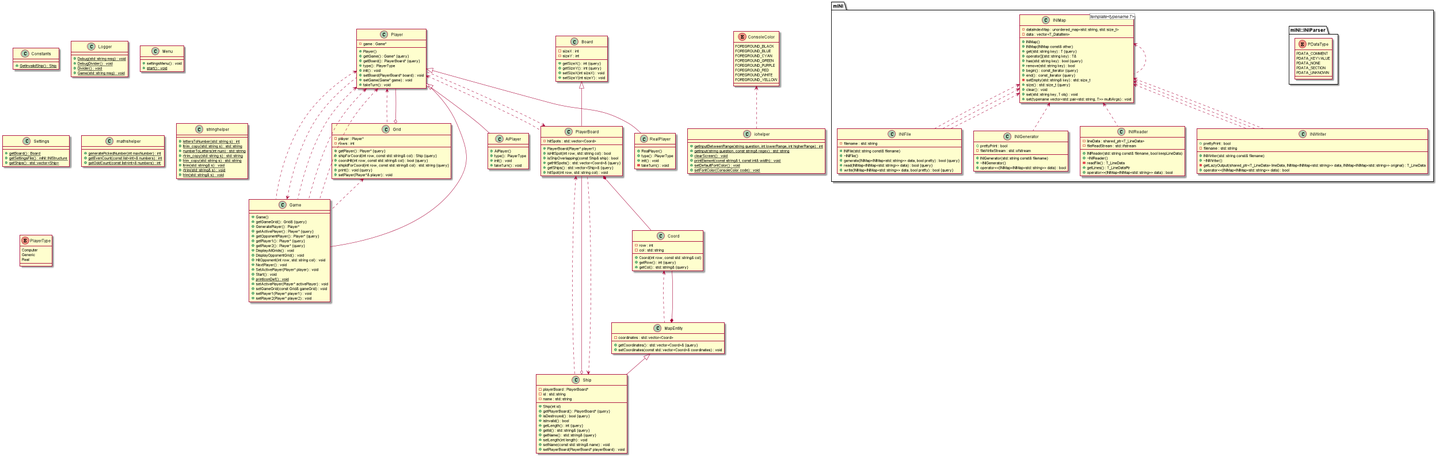
Above: diagrams/uml.png in Alexr03/AdaShip (PlantUML), before the change.
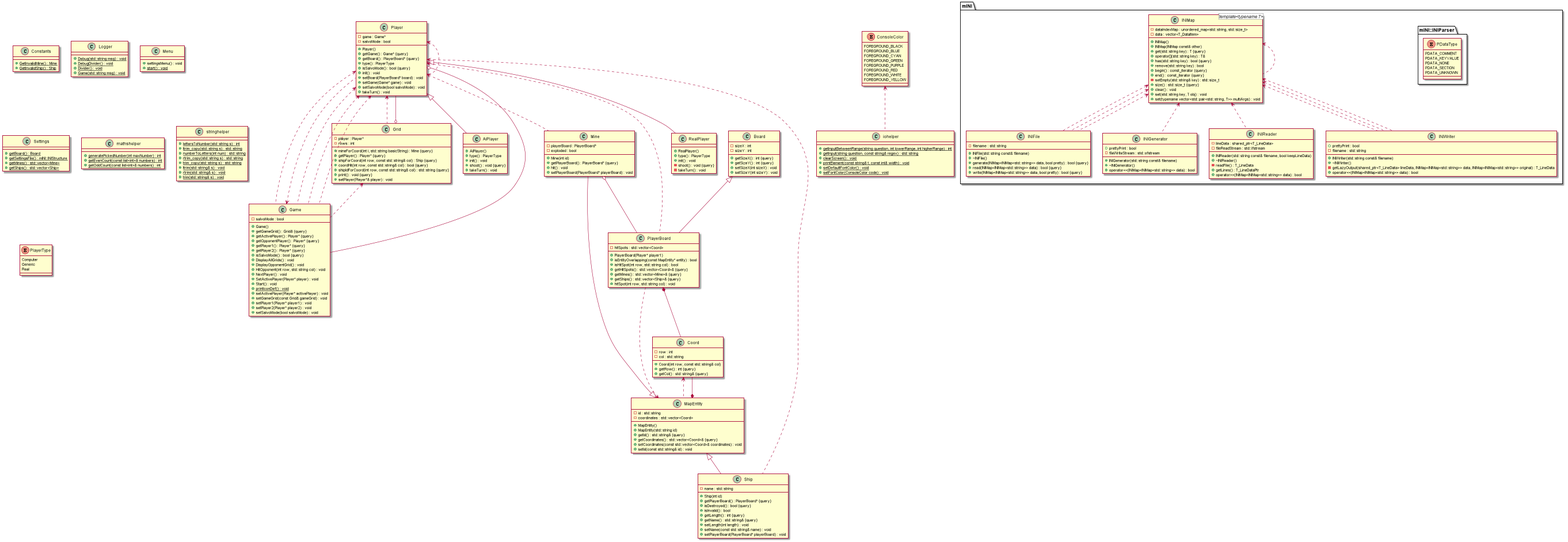
After the change.

The edit, as a diff of the source:
```diff
@@ -9,6 +9,7 @@
 	+AiPlayer()
 	+type() : PlayerType
 	+init() : void
+	+shoot() : void {query}
 	+takeTurn() : void
 }
 
@@ -24,6 +25,7 @@
 
 
 class Constants {
+	+{static} GetInvalidMine() : Mine
 	+{static} GetInvalidShip() : Ship
 }
 
@@ -40,11 +42,12 @@
 class Game {
 	+Game()
 	+getGameGrid() : Grid& {query}
-	+GeneratePlayer() : Player*
 	+getActivePlayer() : Player* {query}
 	+getOpponentPlayer() : Player* {query}
 	+getPlayer1() : Player* {query}
 	+getPlayer2() : Player* {query}
+	+isSalvoMode() : bool {query}
+	-salvoMode : bool
 	+DisplayAllGrids() : void
 	+DisplayOpponentGrid() : void
 	+HitOpponent(int row, std::string col) : void
@@ -56,10 +59,12 @@
 	+setGameGrid(const Grid& gameGrid) : void
 	+setPlayer1(Player* player1) : void
 	+setPlayer2(Player* player2) : void
+	+setSalvoMode(bool salvoMode) : void
 }
 
 
 class Grid {
+	+mineForCoord(int i, std::string basicString) : Mine {query}
 	+getPlayer() : Player* {query}
 	-player : Player*
 	+shipForCoord(int row, const std::string& col) : Ship {query}
@@ -80,9 +85,14 @@
 
 
 class MapEntity {
+	+MapEntity()
+	+MapEntity(std::string id)
+	-id : std::string
+	+getId() : std::string& {query}
 	-coordinates : std::vector<Coord>
 	+getCoordinates() : std::vector<Coord>& {query}
 	+setCoordinates(const std::vector<Coord>& coordinates) : void
+	+setId(const std::string& id) : void
 }
 
 
@@ -92,12 +102,23 @@
 }
 
 
+class Mine {
+	+Mine(int id)
+	+getPlayerBoard() : PlayerBoard* {query}
+	-playerBoard : PlayerBoard*
+	-exploded : bool
+	+hit() : void
+	+setPlayerBoard(PlayerBoard* playerBoard) : void
+}
+
+
 class PlayerBoard {
 	+PlayerBoard(Player* player1)
+	+isEntityOverlapping(const MapEntity* entity) : bool
 	+isHitSpot(int row, std::string col) : bool
-	+isShipOverlapping(const Ship& ship) : bool
 	-hitSpots : std::vector<Coord>
 	+getHitSpots() : std::vector<Coord>& {query}
+	+getMines() : std::vector<Mine>& {query}
 	+getShips() : std::vector<Ship>& {query}
 	+hitSpot(int row, std::string col) : void
 }
@@ -107,6 +128,7 @@
 	+RealPlayer()
 	+type() : PlayerType
 	+init() : void
+	-shoot() : void {query}
 	-takeTurn() : void
 }
 
@@ -114,6 +136,7 @@
 class Settings {
 	+{static} getBoard() : Board
 	+{static} getSettingsFile() : mINI::INIStructure
+	+{static} getMines() : std::vector<Mine>
 	+{static} getShips() : std::vector<Ship>
 }
 
@@ -121,13 +144,10 @@
 class Ship {
 	+Ship(int id)
 	+getPlayerBoard() : PlayerBoard* {query}
-	-playerBoard : PlayerBoard*
 	+isDestroyed() : bool {query}
 	+isInvalid() : bool
 	+getLength() : int {query}
-	-id : std::string
 	-name : std::string
-	+getId() : std::string& {query}
 	+getName() : std::string& {query}
 	+setLength(int length) : void
 	+setName(const std::string& name) : void
@@ -189,9 +209,12 @@
 	+getGame() : Game* {query}
 	+getBoard() : PlayerBoard* {query}
 	+type() : PlayerType
+	+isSalvoMode() : bool {query}
+	-salvoMode : bool
 	+init() : void
 	+setBoard(PlayerBoard* board) : void
 	+setGame(Game* game) : void
+	+setSalvoMode(bool salvoMode) : void
 	+takeTurn() : void
 }
 
@@ -270,6 +293,9 @@
 .Board <|-- .PlayerBoard
 
 
+.MapEntity <|-- .Mine
+
+
 .MapEntity <|-- .Ship
 
 
@@ -289,13 +315,13 @@
 .MapEntity *-- .Coord
 
 
+.Mine o-- .PlayerBoard
+
+
 .Player o-- .Game
 
 
 .PlayerBoard *-- .Coord
-
-
-.Ship o-- .PlayerBoard
 
 
 
@@ -342,6 +368,9 @@
 mINI.INIMap <.. mINI.INIWriter
 
 
+.MapEntity <.. .PlayerBoard
+
+
 .Player <.. .Game
 
 
@@ -357,16 +386,16 @@
 .Player <.. .Grid
 
 
+.Player <.. .Mine
+
+
+.Player <.. .Player
+
+
 .Player <.. .PlayerBoard
 
 
-.PlayerBoard <.. .Player
-
-
-.PlayerBoard <.. .Ship
-
-
-.Ship <.. .PlayerBoard
+.Player <.. .Ship
 
 
 
```
